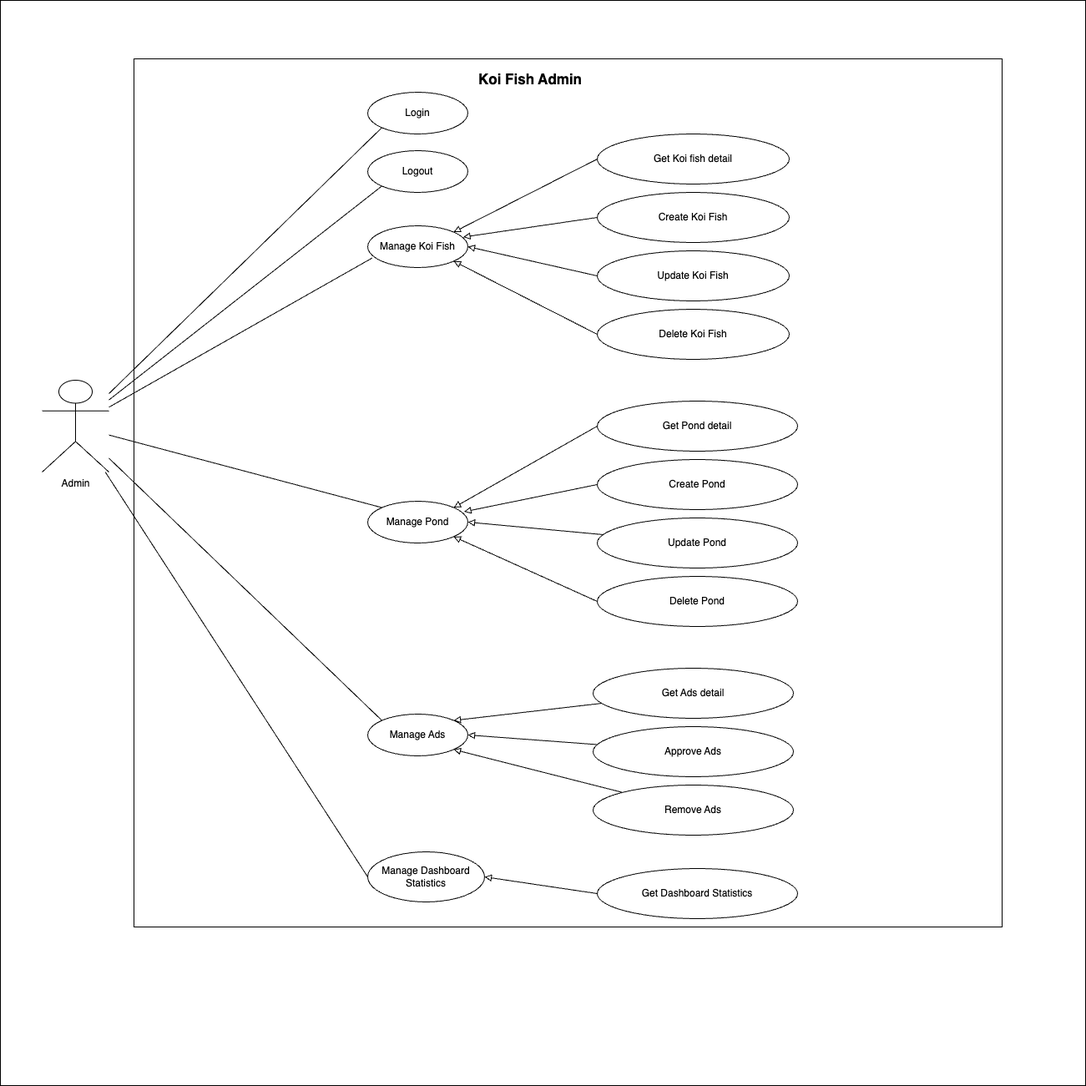
Earlier version of the draw.io export Doc/Use-case-diagram/Untitled Diagram.drawio.png (phattran2409/SWP391). Source tidied: cells renumbered, new cells last; positions are measured from the earlier drawing's top-left corner, leaving out a move shared by most shapes.
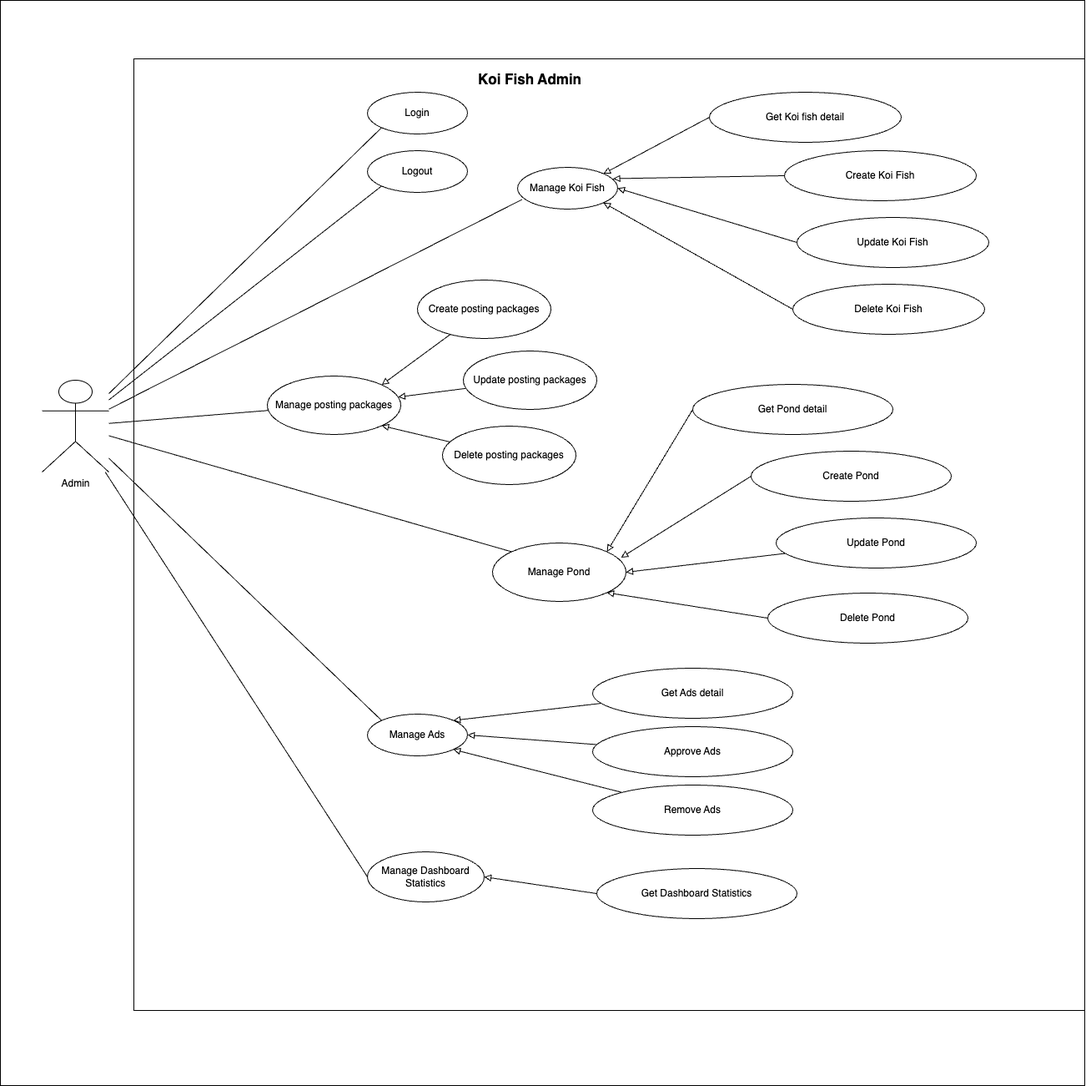
Later version of the same file.

What changed in the source:
```diff
@@ -6,7 +6,7 @@
       <mxGeometry width="1300" height="1300" as="geometry" />
     </mxCell>
     <mxCell id="3" style="whiteSpace=wrap;html=1;" parent="1" vertex="1">
-      <mxGeometry x="160" y="70" width="1040" height="1040" as="geometry" />
+      <mxGeometry x="160" y="70" width="1140" height="1140" as="geometry" />
     </mxCell>
     <mxCell id="4" style="rounded=0;jettySize=auto;html=1;entryX=0;entryY=1;entryDx=0;entryDy=0;endArrow=none;endFill=0;" parent="1" edge="1" source="9" target="11">
       <mxGeometry relative="1" as="geometry" />
@@ -23,6 +23,9 @@
     <mxCell id="8" style="rounded=0;jettySize=auto;html=1;entryX=0;entryY=0.5;entryDx=0;entryDy=0;endArrow=none;endFill=0;" parent="1" edge="1" source="9" target="38">
       <mxGeometry relative="1" as="geometry" />
     </mxCell>
+    <mxCell id="42" style="rounded=0;jettySize=auto;html=1;endArrow=none;endFill=0;" parent="1" edge="1" source="9" target="43">
+      <mxGeometry relative="1" as="geometry" />
+    </mxCell>
     <mxCell id="9" value="&lt;div&gt;&lt;div&gt;Admin&lt;/div&gt;&lt;/div&gt;" style="shape=umlActor;verticalLabelPosition=bottom;verticalAlign=top;html=1;outlineConnect=0;" parent="1" vertex="1">
       <mxGeometry x="50" y="455" width="80" height="110" as="geometry" />
     </mxCell>
@@ -33,7 +36,7 @@
       <mxGeometry x="440" y="180" width="120" height="50" as="geometry" />
     </mxCell>
     <mxCell id="12" value="Manage Koi Fish" style="ellipse;whiteSpace=wrap;html=1;" parent="1" vertex="1">
-      <mxGeometry x="440" y="270" width="120" height="50" as="geometry" />
+      <mxGeometry x="620" y="200" width="120" height="50" as="geometry" />
     </mxCell>
     <mxCell id="13" style="rounded=0;jettySize=auto;html=1;entryX=0.046;entryY=0.77;entryDx=0;entryDy=0;entryPerimeter=0;startArrow=none;startFill=0;endArrow=none;endFill=0;" parent="1" edge="1" source="9" target="12">
       <mxGeometry relative="1" as="geometry" />
@@ -42,49 +45,49 @@
       <mxGeometry relative="1" as="geometry" />
     </mxCell>
     <mxCell id="15" value="Get Koi fish detail" style="ellipse;whiteSpace=wrap;html=1;" parent="1" vertex="1">
-      <mxGeometry x="715" y="160" width="230" height="60" as="geometry" />
+      <mxGeometry x="850" y="110" width="230" height="60" as="geometry" />
     </mxCell>
     <mxCell id="16" style="rounded=0;jettySize=auto;html=1;endArrow=block;endFill=0;exitX=0;exitY=0.5;exitDx=0;exitDy=0;entryX=0.954;entryY=0.27;entryDx=0;entryDy=0;entryPerimeter=0;" parent="1" edge="1" source="17" target="12">
       <mxGeometry relative="1" as="geometry" />
     </mxCell>
     <mxCell id="17" value="Create Koi Fish" style="ellipse;whiteSpace=wrap;html=1;" parent="1" vertex="1">
-      <mxGeometry x="715" y="230" width="230" height="60" as="geometry" />
+      <mxGeometry x="940" y="180" width="230" height="60" as="geometry" />
     </mxCell>
     <mxCell id="18" value="Update Koi Fish" style="ellipse;whiteSpace=wrap;html=1;" parent="1" vertex="1">
-      <mxGeometry x="715" y="300" width="230" height="60" as="geometry" />
+      <mxGeometry x="955" y="260" width="230" height="60" as="geometry" />
     </mxCell>
     <mxCell id="19" style="rounded=0;jettySize=auto;html=1;endArrow=block;endFill=0;exitX=0;exitY=0.5;exitDx=0;exitDy=0;entryX=1;entryY=1;entryDx=0;entryDy=0;" parent="1" edge="1" source="20" target="12">
       <mxGeometry relative="1" as="geometry" />
     </mxCell>
     <mxCell id="20" value="Delete Koi Fish" style="ellipse;whiteSpace=wrap;html=1;" parent="1" vertex="1">
-      <mxGeometry x="715" y="370" width="230" height="60" as="geometry" />
+      <mxGeometry x="950" y="340" width="230" height="60" as="geometry" />
     </mxCell>
     <mxCell id="21" style="rounded=0;jettySize=auto;html=1;entryX=1;entryY=0.5;entryDx=0;entryDy=0;endArrow=block;endFill=0;exitX=0;exitY=0.5;exitDx=0;exitDy=0;" parent="1" edge="1" source="18" target="12">
       <mxGeometry relative="1" as="geometry" />
     </mxCell>
     <mxCell id="22" value="Manage Pond" style="ellipse;whiteSpace=wrap;html=1;" parent="1" vertex="1">
-      <mxGeometry x="440" y="600" width="120" height="50" as="geometry" />
+      <mxGeometry x="590" y="650" width="160" height="70" as="geometry" />
     </mxCell>
     <mxCell id="23" style="rounded=0;jettySize=auto;html=1;entryX=1;entryY=0;entryDx=0;entryDy=0;endArrow=block;endFill=0;exitX=0;exitY=0.5;exitDx=0;exitDy=0;" parent="1" edge="1" source="24" target="22">
       <mxGeometry relative="1" as="geometry" />
     </mxCell>
     <mxCell id="24" value="Get Pond detail" style="ellipse;whiteSpace=wrap;html=1;" parent="1" vertex="1">
-      <mxGeometry x="715" y="480" width="240" height="60" as="geometry" />
+      <mxGeometry x="830" y="460" width="240" height="60" as="geometry" />
     </mxCell>
     <mxCell id="25" value="Create Pond" style="ellipse;whiteSpace=wrap;html=1;" parent="1" vertex="1">
-      <mxGeometry x="715" y="550" width="240" height="60" as="geometry" />
+      <mxGeometry x="900" y="540" width="240" height="60" as="geometry" />
     </mxCell>
     <mxCell id="26" style="rounded=0;jettySize=auto;html=1;entryX=1;entryY=0.5;entryDx=0;entryDy=0;endArrow=block;endFill=0;" parent="1" edge="1" source="27" target="22">
       <mxGeometry relative="1" as="geometry" />
     </mxCell>
     <mxCell id="27" value="Update Pond" style="ellipse;whiteSpace=wrap;html=1;" parent="1" vertex="1">
-      <mxGeometry x="715" y="620" width="240" height="60" as="geometry" />
+      <mxGeometry x="930" y="620" width="240" height="60" as="geometry" />
     </mxCell>
     <mxCell id="28" style="rounded=0;jettySize=auto;html=1;entryX=1;entryY=1;entryDx=0;entryDy=0;endArrow=block;endFill=0;exitX=0;exitY=0.5;exitDx=0;exitDy=0;" parent="1" edge="1" source="29" target="22">
       <mxGeometry relative="1" as="geometry" />
     </mxCell>
     <mxCell id="29" value="Delete Pond" style="ellipse;whiteSpace=wrap;html=1;" parent="1" vertex="1">
-      <mxGeometry x="715" y="690" width="240" height="60" as="geometry" />
+      <mxGeometry x="920" y="710" width="240" height="60" as="geometry" />
     </mxCell>
     <mxCell id="30" style="rounded=0;jettySize=auto;html=1;entryX=0.963;entryY=0.25;entryDx=0;entryDy=0;entryPerimeter=0;endArrow=block;endFill=0;exitX=0;exitY=0.5;exitDx=0;exitDy=0;" parent="1" edge="1" source="25" target="22">
       <mxGeometry relative="1" as="geometry" />
@@ -122,5 +125,26 @@
     <mxCell id="41" value="&lt;b&gt;&lt;font style=&quot;font-size: 17px;&quot;&gt;Koi Fish Admin&lt;/font&gt;&lt;/b&gt;" style="text;html=1;align=center;verticalAlign=middle;whiteSpace=wrap;rounded=0;" parent="1" vertex="1">
       <mxGeometry x="555" y="80" width="160" height="30" as="geometry" />
     </mxCell>
+    <mxCell id="43" value="Manage posting packages" style="ellipse;whiteSpace=wrap;html=1;" parent="1" vertex="1">
+      <mxGeometry x="320" y="450" width="160" height="70" as="geometry" />
+    </mxCell>
+    <mxCell id="44" style="rounded=0;jettySize=auto;html=1;endArrow=block;endFill=0;" parent="1" edge="1" source="45" target="43">
+      <mxGeometry relative="1" as="geometry" />
+    </mxCell>
+    <mxCell id="45" value="Update posting packages" style="ellipse;whiteSpace=wrap;html=1;" parent="1" vertex="1">
+      <mxGeometry x="555" y="420" width="160" height="70" as="geometry" />
+    </mxCell>
+    <mxCell id="46" style="rounded=0;jettySize=auto;html=1;entryX=1;entryY=0;entryDx=0;entryDy=0;endArrow=block;endFill=0;" parent="1" edge="1" source="47" target="43">
+      <mxGeometry relative="1" as="geometry" />
+    </mxCell>
+    <mxCell id="47" value="Create posting packages" style="ellipse;whiteSpace=wrap;html=1;" parent="1" vertex="1">
+      <mxGeometry x="500" y="335" width="160" height="70" as="geometry" />
+    </mxCell>
+    <mxCell id="48" style="rounded=0;jettySize=auto;html=1;entryX=1;entryY=1;entryDx=0;entryDy=0;endArrow=block;endFill=0;" parent="1" edge="1" source="49" target="43">
+      <mxGeometry relative="1" as="geometry" />
+    </mxCell>
+    <mxCell id="49" value="Delete posting packages" style="ellipse;whiteSpace=wrap;html=1;" parent="1" vertex="1">
+      <mxGeometry x="530" y="510" width="160" height="70" as="geometry" />
+    </mxCell>
   </root>
 </mxGraphModel>
```
